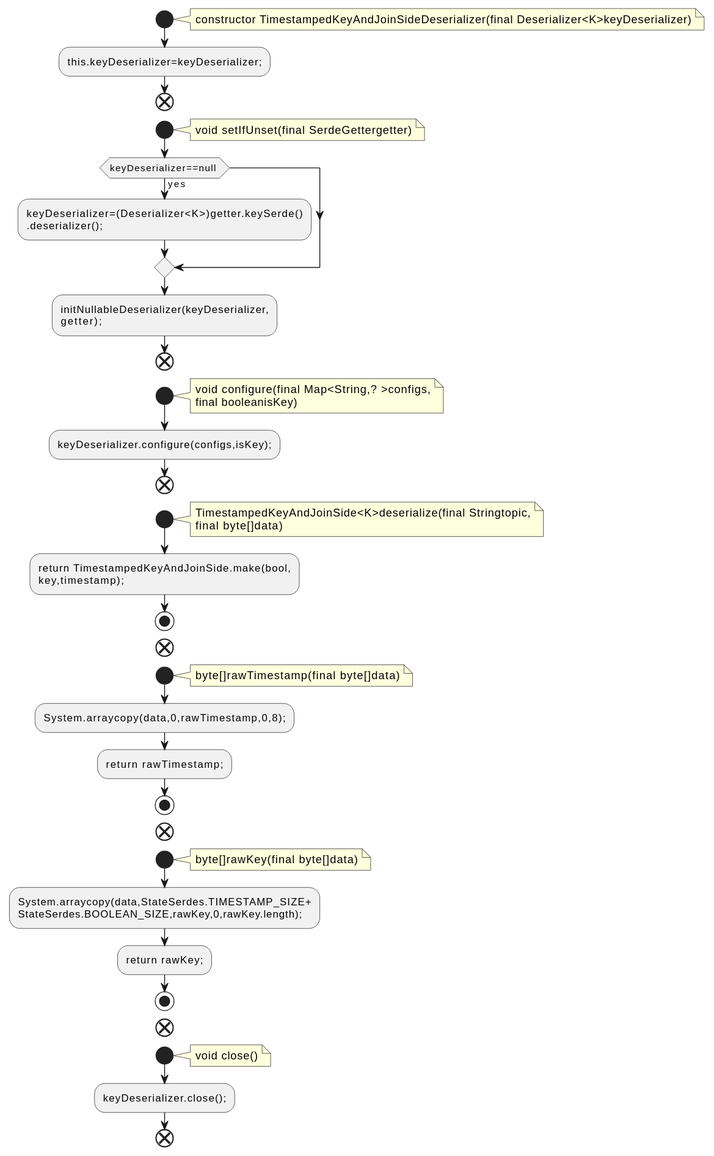
Before: docs/qc/streams/src/main/java/org/apache/kafka/streams/state/internals/TimestampedKeyAndJoinSideDeserializer.java.fct.svg, a diagram exported from PlantUML (qualitesys/kafka).
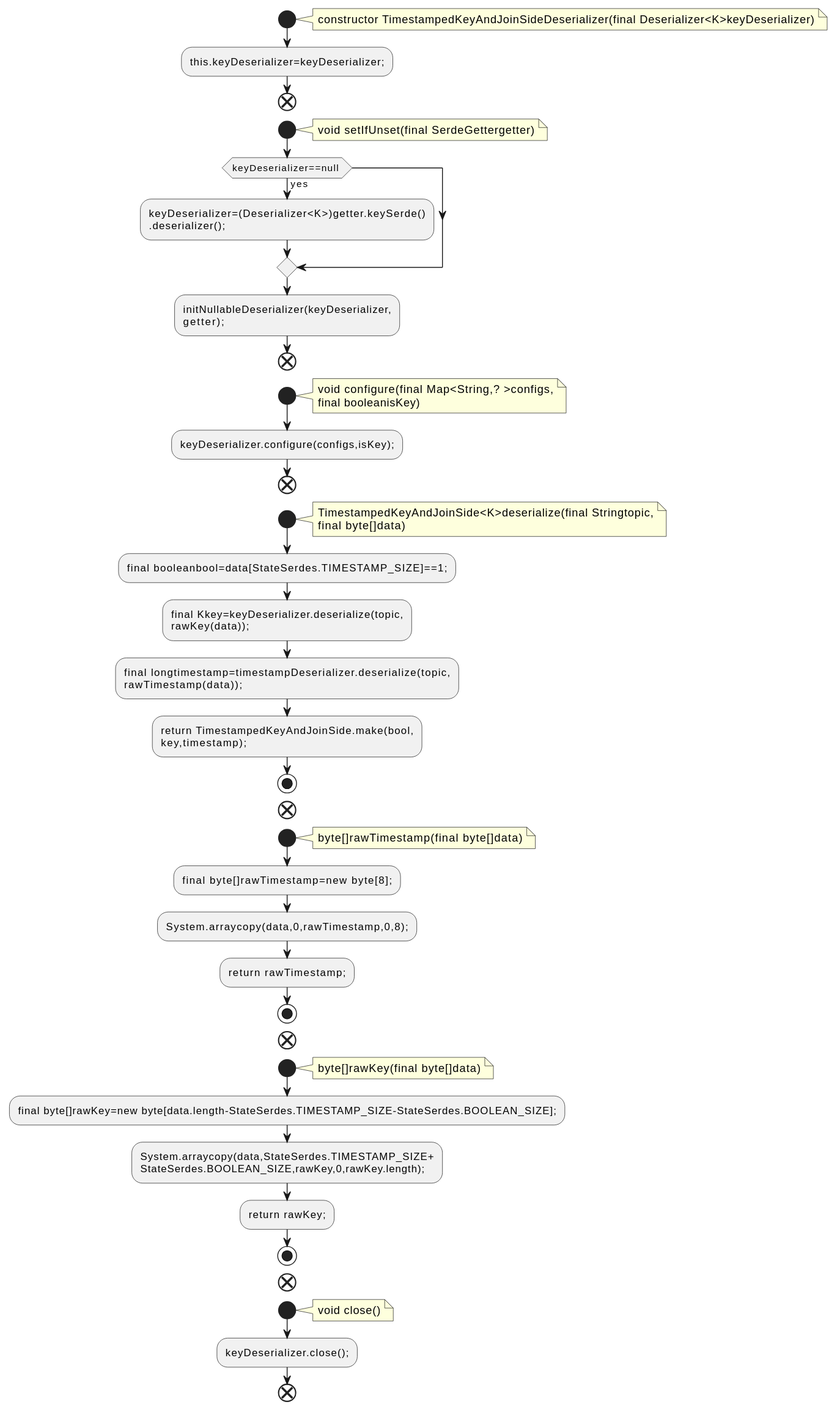
The same diagram one commit later.

Change to the diagram source:
```diff
@@ -29,6 +29,11 @@
 TimestampedKeyAndJoinSide<K>deserialize(final Stringtopic,
 final byte[]data)
 end note
+:final booleanbool=data[StateSerdes.TIMESTAMP_SIZE]==1;;
+:final Kkey=keyDeserializer.deserialize(topic,
+rawKey(data));;
+:final longtimestamp=timestampDeserializer.deserialize(topic,
+rawTimestamp(data));;
 :return TimestampedKeyAndJoinSide.make(bool,
 key,timestamp);;
 stop
@@ -37,6 +42,7 @@
 note right
 byte[]rawTimestamp(final byte[]data)
 end note
+:final byte[]rawTimestamp=new byte[8];;
 :System.arraycopy(data,0,rawTimestamp,0,8);;
 :return rawTimestamp;;
 stop
@@ -45,6 +51,7 @@
 note right
 byte[]rawKey(final byte[]data)
 end note
+:final byte[]rawKey=new byte[data.length-StateSerdes.TIMESTAMP_SIZE-StateSerdes.BOOLEAN_SIZE];;
 :System.arraycopy(data,StateSerdes.TIMESTAMP_SIZE+
 StateSerdes.BOOLEAN_SIZE,rawKey,0,rawKey.length);;
 :return rawKey;;
```
